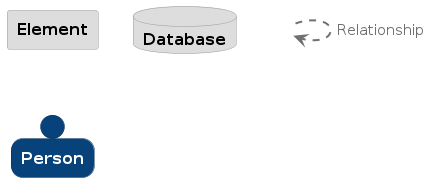
markbac/LoveAdmin-Tools keeps this PlantUML diagram as docs/Architecture/C4/diagrams/structurizr-Containers_All-key.png. Above is the earlier version.
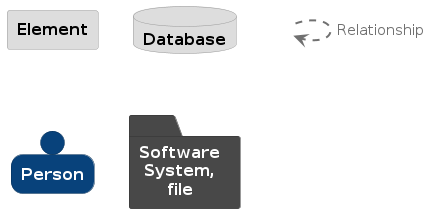
After the change.

Commit message:
chores(C4 diagrams): Update Structurizr diagrams

The edit, as a diff of the source:
```diff
@@ -37,8 +37,15 @@
 }
 person "==Person" <<3>>
 
-rectangle "." <<_transparent>> as 4
-4 .[#707070,thickness=2].> 4 : "<color:#707070>Relationship"
+skinparam folder<<4>> {
+  BackgroundColor #484848
+  FontColor #ffffff
+  BorderColor #323232
+}
+folder "==Software System, file" <<4>>
+
+rectangle "." <<_transparent>> as 5
+5 .[#707070,thickness=2].> 5 : "<color:#707070>Relationship"
 
 
 @enduml
```
